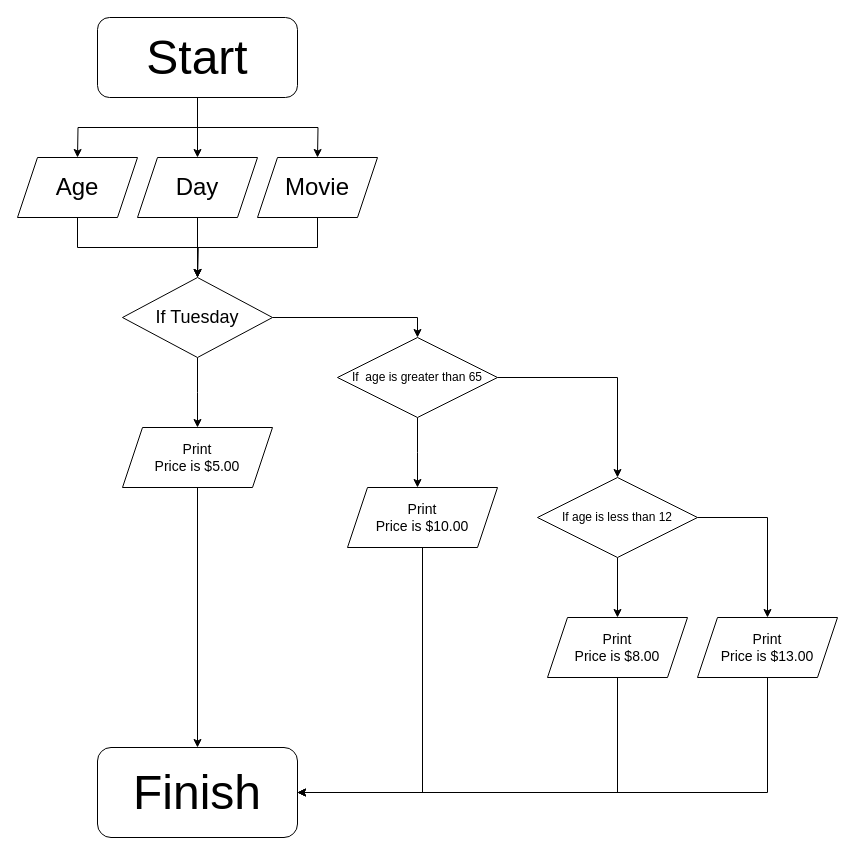
This is page "Page-1" (1 of 2) of Untitled Diagram.drawio from HauseMaster2B2T/Assignment-5, a draw.io file, before an edit. Source tidied: cells renumbered, new cells numbered last; positions are measured from the earlier drawing's top-left corner, leaving out a move shared by most shapes. Both pictures are drawn from the tidied source at 100%, with x=0, y=0 at pixel (17, 17).
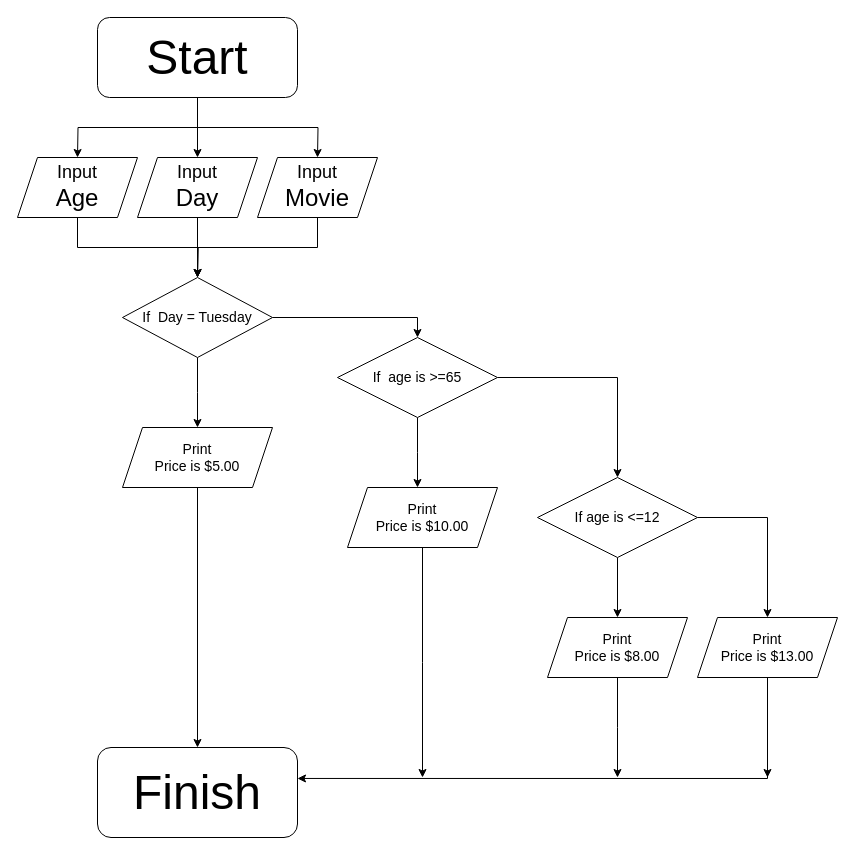
Above is the later version.

Unchanged cells that the change refers to:
```xml
<mxCell id="17" value="&lt;font style=&quot;font-size: 48px&quot;&gt;Finish&lt;/font&gt;" style="rounded=1;whiteSpace=wrap;html=1;" parent="1" vertex="1">
  <mxGeometry x="80" y="730" width="200" height="90" as="geometry" />
</mxCell>
<mxCell id="22" value="&lt;font style=&quot;font-size: 14px&quot;&gt;Print&lt;br&gt;Price is $10.00&lt;/font&gt;" style="shape=parallelogram;perimeter=parallelogramPerimeter;whiteSpace=wrap;html=1;fixedSize=1;" parent="1" vertex="1">
  <mxGeometry x="330" y="470" width="150" height="60" as="geometry" />
</mxCell>
<mxCell id="27" value="&lt;font style=&quot;font-size: 14px&quot;&gt;Print&lt;br&gt;Price is $8.00&lt;/font&gt;" style="shape=parallelogram;perimeter=parallelogramPerimeter;whiteSpace=wrap;html=1;fixedSize=1;" parent="1" vertex="1">
  <mxGeometry x="530" y="600" width="140" height="60" as="geometry" />
</mxCell>
<mxCell id="29" value="&lt;font style=&quot;font-size: 14px&quot;&gt;Print&lt;br&gt;Price is $13.00&lt;/font&gt;" style="shape=parallelogram;perimeter=parallelogramPerimeter;whiteSpace=wrap;html=1;fixedSize=1;" parent="1" vertex="1">
  <mxGeometry x="680" y="600" width="140" height="60" as="geometry" />
</mxCell>
```

What changed in the source:
```diff
@@
-    <mxCell id="7" value="&lt;font style=&quot;font-size: 24px&quot;&gt;Age&lt;/font&gt;" style="shape=parallelogram;perimeter=parallelogramPerimeter;whiteSpace=wrap;html=1;fixedSize=1;" parent="1" vertex="1">
+    <mxCell id="7" value="&lt;font&gt;&lt;font style=&quot;font-size: 18px&quot;&gt;Input&lt;/font&gt;&lt;br&gt;&lt;span style=&quot;font-size: 24px&quot;&gt;Age&lt;/span&gt;&lt;/font&gt;" style="shape=parallelogram;perimeter=parallelogramPerimeter;whiteSpace=wrap;html=1;fixedSize=1;" parent="1" vertex="1">
       <mxGeometry y="140" width="120" height="60" as="geometry" />
     </mxCell>
@@
-    <mxCell id="9" value="&lt;font style=&quot;font-size: 24px&quot;&gt;Day&lt;/font&gt;" style="shape=parallelogram;perimeter=parallelogramPerimeter;whiteSpace=wrap;html=1;fixedSize=1;" parent="1" vertex="1">
+    <mxCell id="9" value="&lt;font&gt;&lt;font style=&quot;font-size: 18px&quot;&gt;Input&lt;/font&gt;&lt;br&gt;&lt;span style=&quot;font-size: 24px&quot;&gt;Day&lt;/span&gt;&lt;/font&gt;" style="shape=parallelogram;perimeter=parallelogramPerimeter;whiteSpace=wrap;html=1;fixedSize=1;" parent="1" vertex="1">
       <mxGeometry x="120" y="140" width="120" height="60" as="geometry" />
     </mxCell>
@@
-    <mxCell id="11" value="&lt;font style=&quot;font-size: 24px&quot;&gt;Movie&lt;/font&gt;" style="shape=parallelogram;perimeter=parallelogramPerimeter;whiteSpace=wrap;html=1;fixedSize=1;" parent="1" vertex="1">
+    <mxCell id="11" value="&lt;font&gt;&lt;font style=&quot;font-size: 18px&quot;&gt;Input&lt;/font&gt;&lt;br&gt;&lt;span style=&quot;font-size: 24px&quot;&gt;Movie&lt;/span&gt;&lt;/font&gt;" style="shape=parallelogram;perimeter=parallelogramPerimeter;whiteSpace=wrap;html=1;fixedSize=1;" parent="1" vertex="1">
       <mxGeometry x="240" y="140" width="120" height="60" as="geometry" />
     </mxCell>
@@
-    <mxCell id="14" value="&lt;font style=&quot;font-size: 18px&quot;&gt;If Tuesday&lt;/font&gt;" style="rhombus;whiteSpace=wrap;html=1;" parent="1" vertex="1">
+    <mxCell id="14" value="&lt;font style=&quot;font-size: 14px&quot;&gt;If&amp;nbsp; Day = Tuesday&lt;/font&gt;" style="rhombus;whiteSpace=wrap;html=1;" parent="1" vertex="1">
       <mxGeometry x="105" y="260" width="150" height="80" as="geometry" />
     </mxCell>
@@
-    <mxCell id="20" value="If&amp;nbsp; age is greater than 65" style="rhombus;whiteSpace=wrap;html=1;" parent="1" vertex="1">
+    <mxCell id="20" value="&lt;font style=&quot;font-size: 14px&quot;&gt;If&amp;nbsp; age is &amp;gt;=65&lt;/font&gt;" style="rhombus;whiteSpace=wrap;html=1;" parent="1" vertex="1">
       <mxGeometry x="320" y="320" width="160" height="80" as="geometry" />
     </mxCell>
-    <mxCell id="21" style="edgeStyle=orthogonalEdgeStyle;rounded=0;jettySize=auto;html=1;exitX=0.5;exitY=1;exitDx=0;exitDy=0;entryX=1;entryY=0.5;entryDx=0;entryDy=0;" parent="1" edge="1" source="22" target="17">
-      <mxGeometry relative="1" as="geometry" />
-    </mxCell>
+    <mxCell id="30" style="edgeStyle=orthogonalEdgeStyle;rounded=0;jettySize=auto;html=1;exitX=0.5;exitY=1;exitDx=0;exitDy=0;" parent="1" edge="1" source="22">
+      <mxGeometry relative="1" as="geometry">
+        <mxPoint x="405" y="760" as="targetPoint" />
+      </mxGeometry>
+    </mxCell>
@@
-    <mxCell id="25" value="If age is less than 12" style="rhombus;whiteSpace=wrap;html=1;" parent="1" vertex="1">
+    <mxCell id="25" value="&lt;font style=&quot;font-size: 14px&quot;&gt;If age is &amp;lt;=12&lt;/font&gt;" style="rhombus;whiteSpace=wrap;html=1;" parent="1" vertex="1">
       <mxGeometry x="520" y="460" width="160" height="80" as="geometry" />
     </mxCell>
-    <mxCell id="26" style="edgeStyle=orthogonalEdgeStyle;rounded=0;jettySize=auto;html=1;exitX=0.5;exitY=1;exitDx=0;exitDy=0;entryX=1;entryY=0.5;entryDx=0;entryDy=0;" parent="1" edge="1" source="27" target="17">
-      <mxGeometry relative="1" as="geometry" />
-    </mxCell>
+    <mxCell id="31" style="edgeStyle=orthogonalEdgeStyle;rounded=0;jettySize=auto;html=1;exitX=0.5;exitY=1;exitDx=0;exitDy=0;" parent="1" edge="1" source="27">
+      <mxGeometry relative="1" as="geometry">
+        <mxPoint x="600" y="760" as="targetPoint" />
+      </mxGeometry>
+    </mxCell>
@@
+    <mxCell id="32" style="edgeStyle=orthogonalEdgeStyle;rounded=0;jettySize=auto;html=1;exitX=0.5;exitY=1;exitDx=0;exitDy=0;" parent="1" edge="1" source="29">
+      <mxGeometry relative="1" as="geometry">
+        <mxPoint x="750" y="760" as="targetPoint" />
+      </mxGeometry>
+    </mxCell>
-    <mxCell id="28" style="edgeStyle=orthogonalEdgeStyle;rounded=0;jettySize=auto;html=1;exitX=0.5;exitY=1;exitDx=0;exitDy=0;entryX=1;entryY=0.5;entryDx=0;entryDy=0;" parent="1" edge="1" source="29" target="17">
+    <mxCell id="28" style="edgeStyle=orthogonalEdgeStyle;rounded=0;jettySize=auto;html=1;exitX=0.5;exitY=1;exitDx=0;exitDy=0;entryX=1;entryY=0.344;entryDx=0;entryDy=0;entryPerimeter=0;" parent="1" edge="1" source="29" target="17">
       <mxGeometry relative="1" as="geometry" />
     </mxCell>
```
